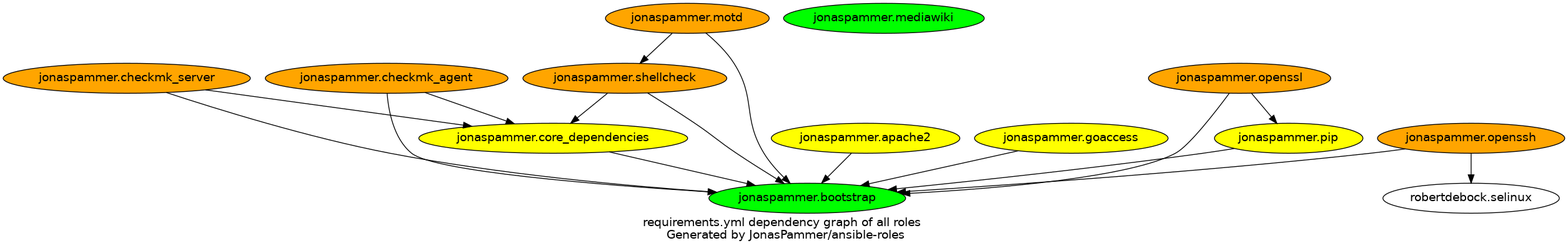
JonasPammer/ansible-roles keeps this Graphviz diagram as graphs/dependencies_ALL.png. Above is the earlier version. Its source is kept beside it as graphs/dependencies_ALL.dot.
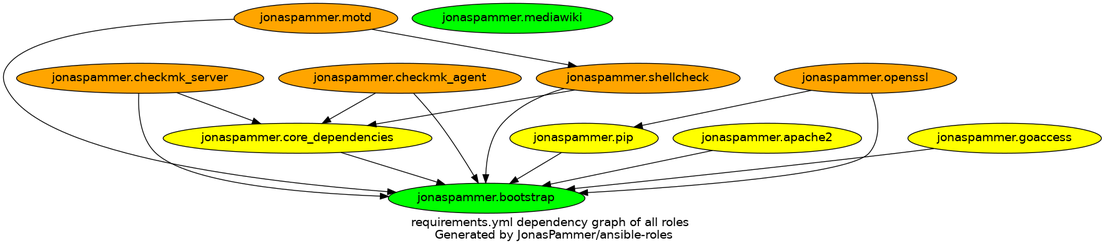
The same diagram one commit later.

The edit, as a diff of the source:
```diff
@@ -8,7 +8,6 @@
     "jonaspammer.shellcheck" [fillcolor=orange style=filled]
     "jonaspammer.checkmk_server" [fillcolor=orange style=filled]
     "jonaspammer.checkmk_agent" [fillcolor=orange style=filled]
-    "jonaspammer.openssh" [fillcolor=orange style=filled]
     "jonaspammer.motd" [fillcolor=orange style=filled]
     "jonaspammer.apache2" [fillcolor=yellow style=filled]
     "jonaspammer.openssl" [fillcolor=orange style=filled]
@@ -22,7 +21,6 @@
   "jonaspammer.shellcheck" -> {"jonaspammer.bootstrap" "jonaspammer.core_dependencies"}
   "jonaspammer.checkmk_server" -> {"jonaspammer.bootstrap" "jonaspammer.core_dependencies"}
   "jonaspammer.checkmk_agent" -> {"jonaspammer.bootstrap" "jonaspammer.core_dependencies"}
-  "jonaspammer.openssh" -> {"jonaspammer.bootstrap" "robertdebock.selinux"}
   "jonaspammer.motd" -> {"jonaspammer.bootstrap" "jonaspammer.shellcheck"}
   "jonaspammer.apache2" -> {"jonaspammer.bootstrap"}
   "jonaspammer.openssl" -> {"jonaspammer.pip" "jonaspammer.bootstrap"}
```
